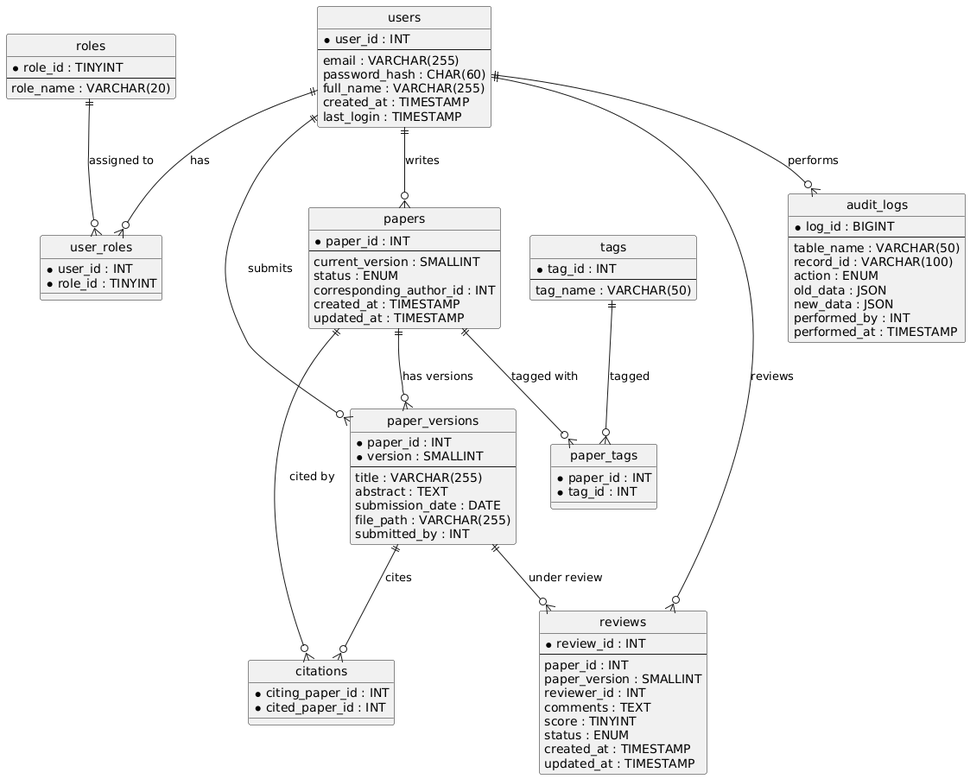
Above: er-diagram.png in rudrakanwar2004/Research_Paper_Demo (PlantUML), before the change. Source of this version:
```plantuml
@startuml
hide circle

entity users {
  * user_id : INT
  --
  email : VARCHAR(255)
  password_hash : CHAR(60)
  full_name : VARCHAR(255)
  created_at : TIMESTAMP
  last_login : TIMESTAMP
}

entity roles {
  * role_id : TINYINT
  --
  role_name : VARCHAR(20)
}

entity user_roles {
  * user_id : INT
  * role_id : TINYINT
}

entity papers {
  * paper_id : INT
  --
  current_version : SMALLINT
  status : ENUM
  corresponding_author_id : INT
  created_at : TIMESTAMP
  updated_at : TIMESTAMP
}

entity paper_versions {
  * paper_id : INT
  * version : SMALLINT
  --
  title : VARCHAR(255)
  abstract : TEXT
  submission_date : DATE
  file_path : VARCHAR(255)
  submitted_by : INT
}

entity citations {
  * citing_paper_id : INT
  * cited_paper_id : INT
}

entity reviews {
  * review_id : INT
  --
  paper_id : INT
  paper_version : SMALLINT
  reviewer_id : INT
  comments : TEXT
  score : TINYINT
  status : ENUM
  created_at : TIMESTAMP
  updated_at : TIMESTAMP
}

entity tags {
  * tag_id : INT
  --
  tag_name : VARCHAR(50)
}

entity paper_tags {
  * paper_id : INT
  * tag_id : INT
}

entity audit_logs {
  * log_id : BIGINT
  --
  table_name : VARCHAR(50)
  record_id : VARCHAR(100)
  action : ENUM
  old_data : JSON
  new_data : JSON
  performed_by : INT
  performed_at : TIMESTAMP
}

users ||--o{ user_roles : "has"
roles ||--o{ user_roles : "assigned to"
users ||--o{ papers : "writes"
papers ||--o{ paper_versions : "has versions"
users ||--o{ paper_versions : "submits"
paper_versions ||--o{ reviews : "under review"
users ||--o{ reviews : "reviews"
paper_versions ||--o{ citations : "cites"
papers ||--o{ citations : "cited by"
tags ||--o{ paper_tags : "tagged"
papers ||--o{ paper_tags : "tagged with"
users ||--o{ audit_logs : "performs"
@enduml
```
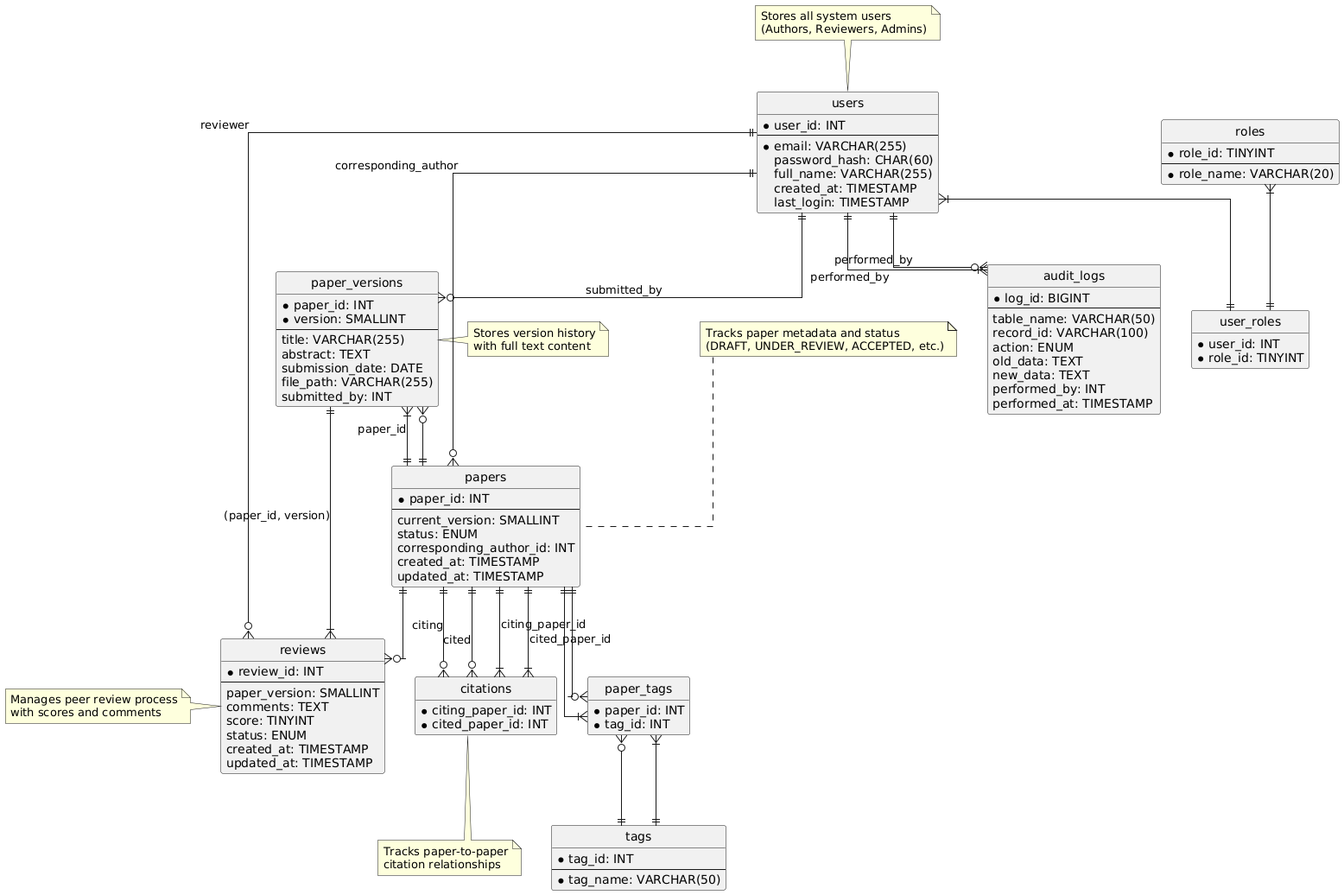
The same file after the commit.

Diff of the diagram source:
```diff
@@ -1,99 +1,133 @@
 @startuml
+skinparam groupInheritance 2
+skinparam linetype ortho
 hide circle
+hide empty members
 
 entity users {
-  * user_id : INT
+  * user_id: INT
   --
-  email : VARCHAR(255)
-  password_hash : CHAR(60)
-  full_name : VARCHAR(255)
-  created_at : TIMESTAMP
-  last_login : TIMESTAMP
+  * email: VARCHAR(255)
+  password_hash: CHAR(60)
+  full_name: VARCHAR(255)
+  created_at: TIMESTAMP
+  last_login: TIMESTAMP
 }
 
 entity roles {
-  * role_id : TINYINT
+  * role_id: TINYINT
   --
-  role_name : VARCHAR(20)
+  * role_name: VARCHAR(20)
 }
 
 entity user_roles {
-  * user_id : INT
-  * role_id : TINYINT
+  * user_id: INT
+  * role_id: TINYINT
 }
 
 entity papers {
-  * paper_id : INT
+  * paper_id: INT
   --
-  current_version : SMALLINT
-  status : ENUM
-  corresponding_author_id : INT
-  created_at : TIMESTAMP
-  updated_at : TIMESTAMP
+  current_version: SMALLINT
+  status: ENUM
+  corresponding_author_id: INT
+  created_at: TIMESTAMP
+  updated_at: TIMESTAMP
 }
 
 entity paper_versions {
-  * paper_id : INT
-  * version : SMALLINT
+  * paper_id: INT
+  * version: SMALLINT
   --
-  title : VARCHAR(255)
-  abstract : TEXT
-  submission_date : DATE
-  file_path : VARCHAR(255)
-  submitted_by : INT
+  title: VARCHAR(255)
+  abstract: TEXT
+  submission_date: DATE
+  file_path: VARCHAR(255)
+  submitted_by: INT
 }
 
 entity citations {
-  * citing_paper_id : INT
-  * cited_paper_id : INT
+  * citing_paper_id: INT
+  * cited_paper_id: INT
 }
 
 entity reviews {
-  * review_id : INT
+  * review_id: INT
   --
-  paper_id : INT
-  paper_version : SMALLINT
-  reviewer_id : INT
-  comments : TEXT
-  score : TINYINT
-  status : ENUM
-  created_at : TIMESTAMP
-  updated_at : TIMESTAMP
+  paper_version: SMALLINT
+  comments: TEXT
+  score: TINYINT
+  status: ENUM
+  created_at: TIMESTAMP
+  updated_at: TIMESTAMP
 }
 
 entity tags {
-  * tag_id : INT
+  * tag_id: INT
   --
-  tag_name : VARCHAR(50)
+  * tag_name: VARCHAR(50)
 }
 
 entity paper_tags {
-  * paper_id : INT
-  * tag_id : INT
+  * paper_id: INT
+  * tag_id: INT
 }
 
 entity audit_logs {
-  * log_id : BIGINT
+  * log_id: BIGINT
   --
-  table_name : VARCHAR(50)
-  record_id : VARCHAR(100)
-  action : ENUM
-  old_data : JSON
-  new_data : JSON
-  performed_by : INT
-  performed_at : TIMESTAMP
+  table_name: VARCHAR(50)
+  record_id: VARCHAR(100)
+  action: ENUM
+  old_data: TEXT
+  new_data: TEXT
+  performed_by: INT
+  performed_at: TIMESTAMP
 }
 
-users ||--o{ user_roles : "has"
-roles ||--o{ user_roles : "assigned to"
-users ||--o{ papers : "writes"
-papers ||--o{ paper_versions : "has versions"
-users ||--o{ paper_versions : "submits"
-paper_versions ||--o{ reviews : "under review"
-users ||--o{ reviews : "reviews"
-paper_versions ||--o{ citations : "cites"
-papers ||--o{ citations : "cited by"
-tags ||--o{ paper_tags : "tagged"
-papers ||--o{ paper_tags : "tagged with"
-users ||--o{ audit_logs : "performs"
+users }|--|| user_roles
+roles }|--|| user_roles
+users ||--o{ papers : "corresponding_author"
+papers ||--o{ paper_versions
+users ||--o{ paper_versions : "submitted_by"
+papers ||--o{ citations : "citing"
+papers ||--o{ citations : "cited"
+papers ||--o{ reviews
+users ||--o{ reviews : "reviewer"
+papers ||--o{ paper_tags
+tags ||--o{ paper_tags
+users ||--o{ audit_logs : "performed_by"
+
+paper_versions }|--|| papers : "paper_id"
+citations }|--|| papers : "citing_paper_id"
+citations }|--|| papers : "cited_paper_id"
+reviews }|--|| paper_versions : "(paper_id, version)"
+paper_tags }|--|| papers
+paper_tags }|--|| tags
+audit_logs }|--|| users : "performed_by"
+
+note top of users
+  Stores all system users
+  (Authors, Reviewers, Admins)
+end note
+
+note top of papers
+  Tracks paper metadata and status
+  (DRAFT, UNDER_REVIEW, ACCEPTED, etc.)
+end note
+
+note right of paper_versions
+  Stores version history
+  with full text content
+end note
+
+note left of reviews
+  Manages peer review process
+  with scores and comments
+end note
+
+note bottom of citations
+  Tracks paper-to-paper
+  citation relationships
+end note
 @enduml
```
